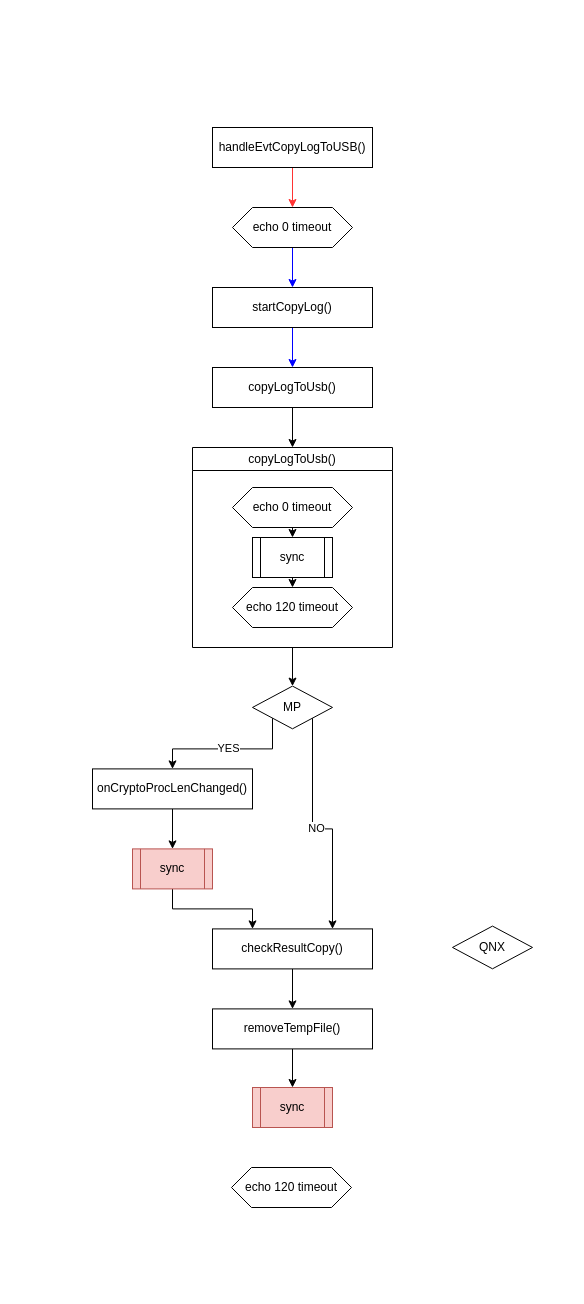
Above: engm_sync_flow.drawio in forteqook/documents (draw.io), before the change. Source tidied: cells renumbered, new cells numbered last; positions are measured from the earlier drawing's top-left corner, leaving out a move shared by most shapes. Both pictures are drawn from the tidied source at 100%, with x=0, y=0 at pixel (92, 127).
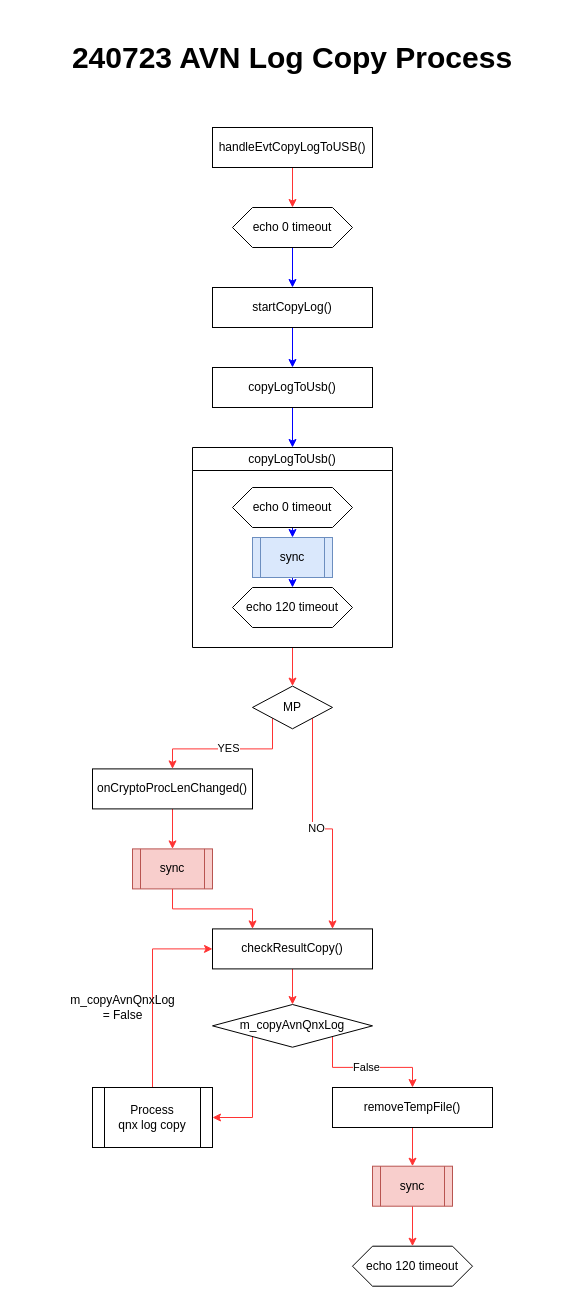
After the change.

Unchanged cells that the change refers to:
```xml
<mxCell id="10" value="MP" style="rhombus;whiteSpace=wrap;html=1;fontSize=12;" parent="1" vertex="1">
  <mxGeometry x="160" y="558.6" width="80" height="42.7" as="geometry" />
</mxCell>
<mxCell id="12" value="copyLogToUsb()" style="rounded=0;whiteSpace=wrap;html=1;" parent="1" vertex="1">
  <mxGeometry x="120" y="240" width="160" height="40" as="geometry" />
</mxCell>
<mxCell id="16" value="onCryptoProcLenChanged()" style="rounded=0;whiteSpace=wrap;html=1;" parent="1" vertex="1">
  <mxGeometry y="641.4" width="160" height="40" as="geometry" />
</mxCell>
<mxCell id="18" value="sync" style="shape=process;whiteSpace=wrap;html=1;backgroundOutline=1;fillColor=#f8cecc;strokeColor=#b85450;" parent="1" vertex="1">
  <mxGeometry x="40" y="721.4" width="80" height="40" as="geometry" />
</mxCell>
<mxCell id="20" value="checkResultCopy()" style="rounded=0;whiteSpace=wrap;html=1;" parent="1" vertex="1">
  <mxGeometry x="120" y="801.4" width="160" height="40" as="geometry" />
</mxCell>
<mxCell id="24" value="&lt;span style=&quot;font-weight: 400;&quot;&gt;copyLogToUsb()&lt;/span&gt;" style="swimlane;whiteSpace=wrap;html=1;" parent="1" vertex="1">
  <mxGeometry x="100" y="320" width="200" height="200" as="geometry" />
</mxCell>
<mxCell id="26" value="echo 0 timeout" style="shape=hexagon;perimeter=hexagonPerimeter2;whiteSpace=wrap;html=1;fixedSize=1;" parent="24" vertex="1">
  <mxGeometry x="40" y="40" width="120" height="40" as="geometry" />
</mxCell>
<mxCell id="29" value="echo 120 timeout" style="shape=hexagon;perimeter=hexagonPerimeter2;whiteSpace=wrap;html=1;fixedSize=1;" parent="24" vertex="1">
  <mxGeometry x="40" y="140" width="120" height="40" as="geometry" />
</mxCell>
```

The edit, as a diff of the source:
```diff
@@
-    <mxCell id="8" value="YES" style="edgeStyle=orthogonalEdgeStyle;rounded=0;jettySize=auto;html=1;exitX=0;exitY=1;exitDx=0;exitDy=0;entryX=0.5;entryY=0;entryDx=0;entryDy=0;" parent="1" edge="1" source="10" target="16">
+    <mxCell id="8" value="YES" style="edgeStyle=orthogonalEdgeStyle;rounded=0;jettySize=auto;html=1;exitX=0;exitY=1;exitDx=0;exitDy=0;entryX=0.5;entryY=0;entryDx=0;entryDy=0;strokeColor=#FF3333;" parent="1" edge="1" source="10" target="16">
       <mxGeometry relative="1" as="geometry" />
     </mxCell>
-    <mxCell id="9" value="NO" style="edgeStyle=orthogonalEdgeStyle;rounded=0;jettySize=auto;html=1;exitX=1;exitY=1;exitDx=0;exitDy=0;entryX=0.75;entryY=0;entryDx=0;entryDy=0;" parent="1" edge="1" source="10" target="20">
+    <mxCell id="9" value="NO" style="edgeStyle=orthogonalEdgeStyle;rounded=0;jettySize=auto;html=1;exitX=1;exitY=1;exitDx=0;exitDy=0;entryX=0.75;entryY=0;entryDx=0;entryDy=0;strokeColor=#FF3333;" parent="1" edge="1" source="10" target="20">
       <mxGeometry relative="1" as="geometry" />
     </mxCell>
@@
-    <mxCell id="11" style="edgeStyle=orthogonalEdgeStyle;rounded=0;jettySize=auto;html=1;entryX=0.5;entryY=0;entryDx=0;entryDy=0;" parent="1" edge="1" source="12" target="24">
+    <mxCell id="11" style="edgeStyle=orthogonalEdgeStyle;rounded=0;jettySize=auto;html=1;entryX=0.5;entryY=0;entryDx=0;entryDy=0;strokeColor=#0000FF;" parent="1" edge="1" source="12" target="24">
       <mxGeometry relative="1" as="geometry" />
     </mxCell>
@@
-    <mxCell id="13" style="edgeStyle=orthogonalEdgeStyle;rounded=0;jettySize=auto;html=1;" parent="1" edge="1" source="14" target="21">
+    <mxCell id="13" style="edgeStyle=orthogonalEdgeStyle;rounded=0;jettySize=auto;html=1;strokeColor=#FF3333;" parent="1" edge="1" source="14" target="21">
       <mxGeometry relative="1" as="geometry" />
     </mxCell>
     <mxCell id="14" value="removeTempFile()" style="rounded=0;whiteSpace=wrap;html=1;" parent="1" vertex="1">
-      <mxGeometry x="120" y="881.4" width="160" height="40" as="geometry" />
+      <mxGeometry x="240" y="960" width="160" height="40" as="geometry" />
     </mxCell>
-    <mxCell id="15" style="edgeStyle=orthogonalEdgeStyle;rounded=0;jettySize=auto;html=1;" parent="1" edge="1" source="16" target="18">
+    <mxCell id="15" style="edgeStyle=orthogonalEdgeStyle;rounded=0;jettySize=auto;html=1;strokeColor=#FF3333;" parent="1" edge="1" source="16" target="18">
       <mxGeometry relative="1" as="geometry" />
     </mxCell>
@@
-    <mxCell id="17" style="edgeStyle=orthogonalEdgeStyle;rounded=0;jettySize=auto;html=1;entryX=0.25;entryY=0;entryDx=0;entryDy=0;" parent="1" edge="1" source="18" target="20">
+    <mxCell id="17" style="edgeStyle=orthogonalEdgeStyle;rounded=0;jettySize=auto;html=1;entryX=0.25;entryY=0;entryDx=0;entryDy=0;strokeColor=#FF3333;" parent="1" edge="1" source="18" target="20">
       <mxGeometry relative="1" as="geometry" />
     </mxCell>
@@
-    <mxCell id="19" style="edgeStyle=orthogonalEdgeStyle;rounded=0;jettySize=auto;html=1;" parent="1" edge="1" source="20" target="14">
-      <mxGeometry relative="1" as="geometry" />
-    </mxCell>
+    <mxCell id="31" style="edgeStyle=orthogonalEdgeStyle;rounded=0;jettySize=auto;html=1;strokeColor=#FF3333;" parent="1" edge="1" source="20" target="30">
+      <mxGeometry relative="1" as="geometry" />
+    </mxCell>
@@
+    <mxCell id="32" style="edgeStyle=orthogonalEdgeStyle;rounded=0;jettySize=auto;html=1;strokeColor=#FF3333;" parent="1" edge="1" source="21" target="22">
+      <mxGeometry relative="1" as="geometry" />
+    </mxCell>
     <mxCell id="21" value="sync" style="shape=process;whiteSpace=wrap;html=1;backgroundOutline=1;fillColor=#f8cecc;strokeColor=#b85450;" parent="1" vertex="1">
-      <mxGeometry x="160" y="960" width="80" height="40" as="geometry" />
+      <mxGeometry x="280" y="1038.7" width="80" height="40" as="geometry" />
     </mxCell>
     <mxCell id="22" value="echo 120 timeout" style="shape=hexagon;perimeter=hexagonPerimeter2;whiteSpace=wrap;html=1;fixedSize=1;" parent="1" vertex="1">
-      <mxGeometry x="139" y="1040" width="120" height="40" as="geometry" />
+      <mxGeometry x="260" y="1118.7" width="120" height="40" as="geometry" />
     </mxCell>
-    <mxCell id="23" style="edgeStyle=orthogonalEdgeStyle;rounded=0;jettySize=auto;html=1;exitX=0.5;exitY=1;exitDx=0;exitDy=0;entryX=0.5;entryY=0;entryDx=0;entryDy=0;" parent="1" edge="1" source="24" target="10">
+    <mxCell id="23" style="edgeStyle=orthogonalEdgeStyle;rounded=0;jettySize=auto;html=1;exitX=0.5;exitY=1;exitDx=0;exitDy=0;entryX=0.5;entryY=0;entryDx=0;entryDy=0;strokeColor=#FF3333;" parent="1" edge="1" source="24" target="10">
       <mxGeometry relative="1" as="geometry" />
     </mxCell>
@@
-    <mxCell id="25" style="edgeStyle=orthogonalEdgeStyle;rounded=0;jettySize=auto;html=1;exitX=0.5;exitY=1;exitDx=0;exitDy=0;entryX=0.5;entryY=0;entryDx=0;entryDy=0;" parent="24" edge="1" source="26" target="28">
+    <mxCell id="25" style="edgeStyle=orthogonalEdgeStyle;rounded=0;jettySize=auto;html=1;exitX=0.5;exitY=1;exitDx=0;exitDy=0;entryX=0.5;entryY=0;entryDx=0;entryDy=0;fontColor=#0000FF;strokeColor=#0000FF;" parent="24" edge="1" source="26" target="28">
       <mxGeometry relative="1" as="geometry" />
     </mxCell>
@@
-    <mxCell id="27" style="edgeStyle=orthogonalEdgeStyle;rounded=0;jettySize=auto;html=1;exitX=0.5;exitY=1;exitDx=0;exitDy=0;entryX=0.5;entryY=0;entryDx=0;entryDy=0;" parent="24" edge="1" source="28" target="29">
+    <mxCell id="27" style="edgeStyle=orthogonalEdgeStyle;rounded=0;jettySize=auto;html=1;exitX=0.5;exitY=1;exitDx=0;exitDy=0;entryX=0.5;entryY=0;entryDx=0;entryDy=0;strokeColor=#0000FF;" parent="24" edge="1" source="28" target="29">
       <mxGeometry relative="1" as="geometry" />
     </mxCell>
-    <mxCell id="28" value="sync" style="shape=process;whiteSpace=wrap;html=1;backgroundOutline=1;" parent="24" vertex="1">
+    <mxCell id="28" value="sync" style="shape=process;whiteSpace=wrap;html=1;backgroundOutline=1;fillColor=#dae8fc;strokeColor=#6c8ebf;" parent="24" vertex="1">
       <mxGeometry x="60" y="90" width="80" height="40" as="geometry" />
     </mxCell>
@@
+    <mxCell id="33" value="False" style="edgeStyle=orthogonalEdgeStyle;rounded=0;jettySize=auto;html=1;exitX=1;exitY=1;exitDx=0;exitDy=0;entryX=0.5;entryY=0;entryDx=0;entryDy=0;strokeColor=#FF3333;" parent="1" edge="1" source="30" target="14">
+      <mxGeometry relative="1" as="geometry" />
+    </mxCell>
+    <mxCell id="34" style="edgeStyle=orthogonalEdgeStyle;rounded=0;jettySize=auto;html=1;exitX=0;exitY=1;exitDx=0;exitDy=0;entryX=1;entryY=0.5;entryDx=0;entryDy=0;strokeColor=#FF3333;" parent="1" edge="1" source="30" target="36">
+      <mxGeometry relative="1" as="geometry" />
+    </mxCell>
-    <mxCell id="30" value="QNX" style="rhombus;whiteSpace=wrap;html=1;fontSize=12;" parent="1" vertex="1">
-      <mxGeometry x="360" y="798.6" width="80" height="42.7" as="geometry" />
+    <mxCell id="30" value="m_copyAvnQnxLog" style="rhombus;whiteSpace=wrap;html=1;fontSize=12;" parent="1" vertex="1">
+      <mxGeometry x="120" y="877" width="160" height="42.7" as="geometry" />
     </mxCell>
+    <mxCell id="35" value="&lt;br&gt;&lt;span style=&quot;color: rgb(0, 0, 0); font-family: Helvetica; font-size: 12px; font-style: normal; font-variant-ligatures: normal; font-variant-caps: normal; font-weight: 400; letter-spacing: normal; orphans: 2; text-align: center; text-indent: 0px; text-transform: none; widows: 2; word-spacing: 0px; -webkit-text-stroke-width: 0px; white-space: normal; text-decoration-thickness: initial; text-decoration-style: initial; text-decoration-color: initial; float: none; display: inline !important;&quot;&gt;m_copyAvnQnxLog = False&lt;/span&gt;&lt;div&gt;&lt;br&gt;&lt;/div&gt;" style="edgeStyle=orthogonalEdgeStyle;rounded=0;jettySize=auto;html=1;entryX=0;entryY=0.5;entryDx=0;entryDy=0;labelBackgroundColor=none;strokeColor=#FF3333;" parent="1" edge="1" source="36" target="20">
+      <mxGeometry x="-0.19" y="30" relative="1" as="geometry" />
+    </mxCell>
+    <mxCell id="36" value="Process&lt;div&gt;qnx log copy&lt;/div&gt;" style="shape=process;whiteSpace=wrap;html=1;backgroundOutline=1;" parent="1" vertex="1">
+      <mxGeometry y="960" width="120" height="60" as="geometry" />
+    </mxCell>
+    <mxCell id="37" value="240723 AVN Log Copy Process" style="text;html=1;align=center;verticalAlign=middle;whiteSpace=wrap;rounded=0;fontSize=30;fontStyle=1;" parent="1" vertex="1">
+      <mxGeometry x="-75" y="-110" width="550" height="80" as="geometry" />
+    </mxCell>
```
